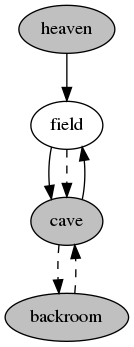
Earlier version of the Graphviz export code20/map.png (helderman/htpataic). Its source is kept beside it as code20/map.gv.
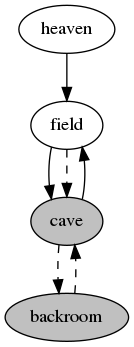
Above is the later version.

The edit, as a diff of the source:
```diff
@@ -1,10 +1,13 @@
 digraph map {
-	node [style=filled, fillcolor=grey]
-	field [fillcolor=white]
+	node [style=filled]
 	field -> cave
 	field -> cave [style=dashed]
 	cave -> field
 	cave -> backroom [style=dashed]
 	backroom -> cave [style=dashed]
 	heaven -> field
+	backroom [fillcolor=grey]
+	field [fillcolor=white]
+	heaven [fillcolor=white]
+	cave [fillcolor=grey]
 }
```
